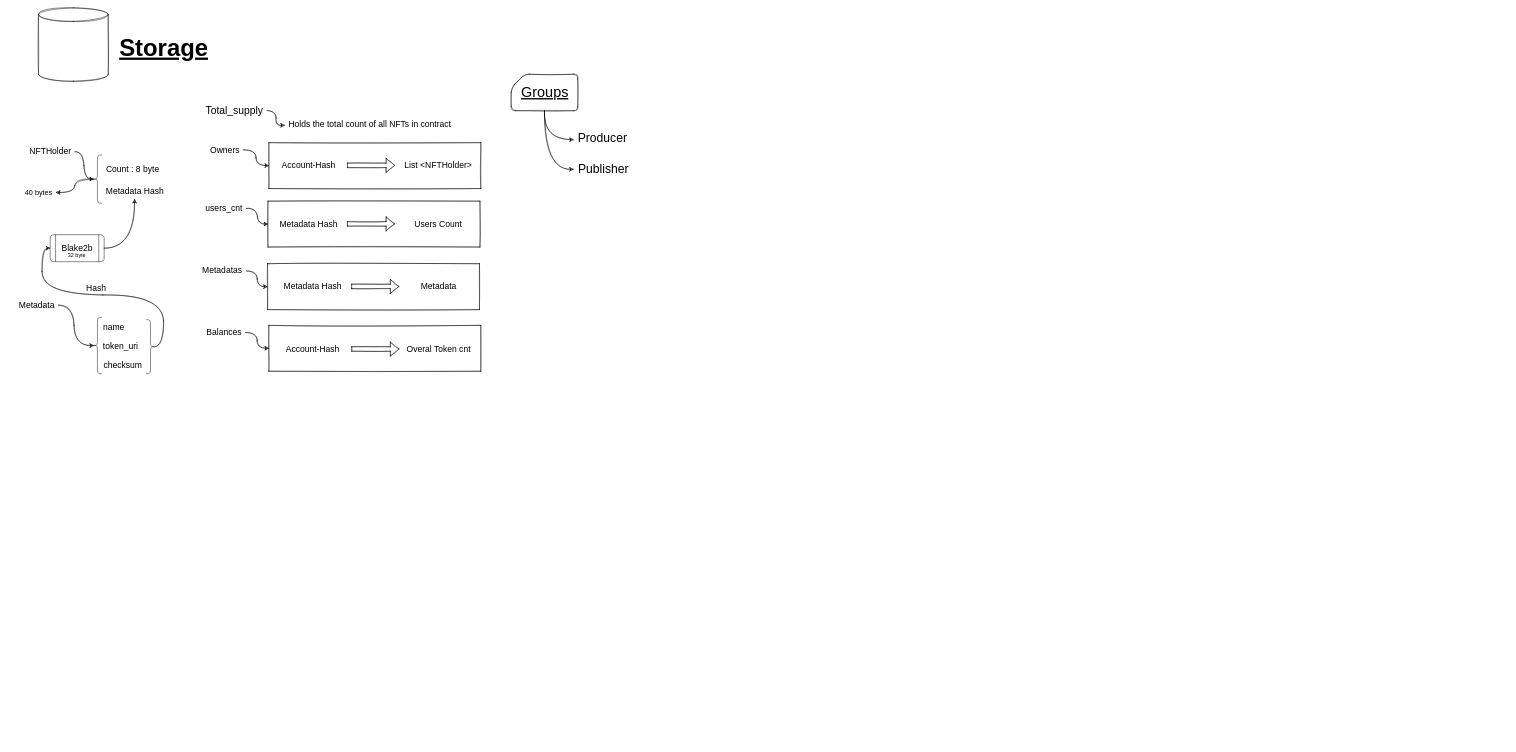
k3rn3lpanicc/NDPC-SmartContract keeps this draw.io diagram as LOL.drawio. Above is the earlier version. Source tidied: cells renumbered, new cells numbered last; positions are measured from the earlier drawing's top-left corner, leaving out a move shared by most shapes. Both pictures are drawn from the tidied source at 45%, with x=0, y=0 at pixel (14, 8).
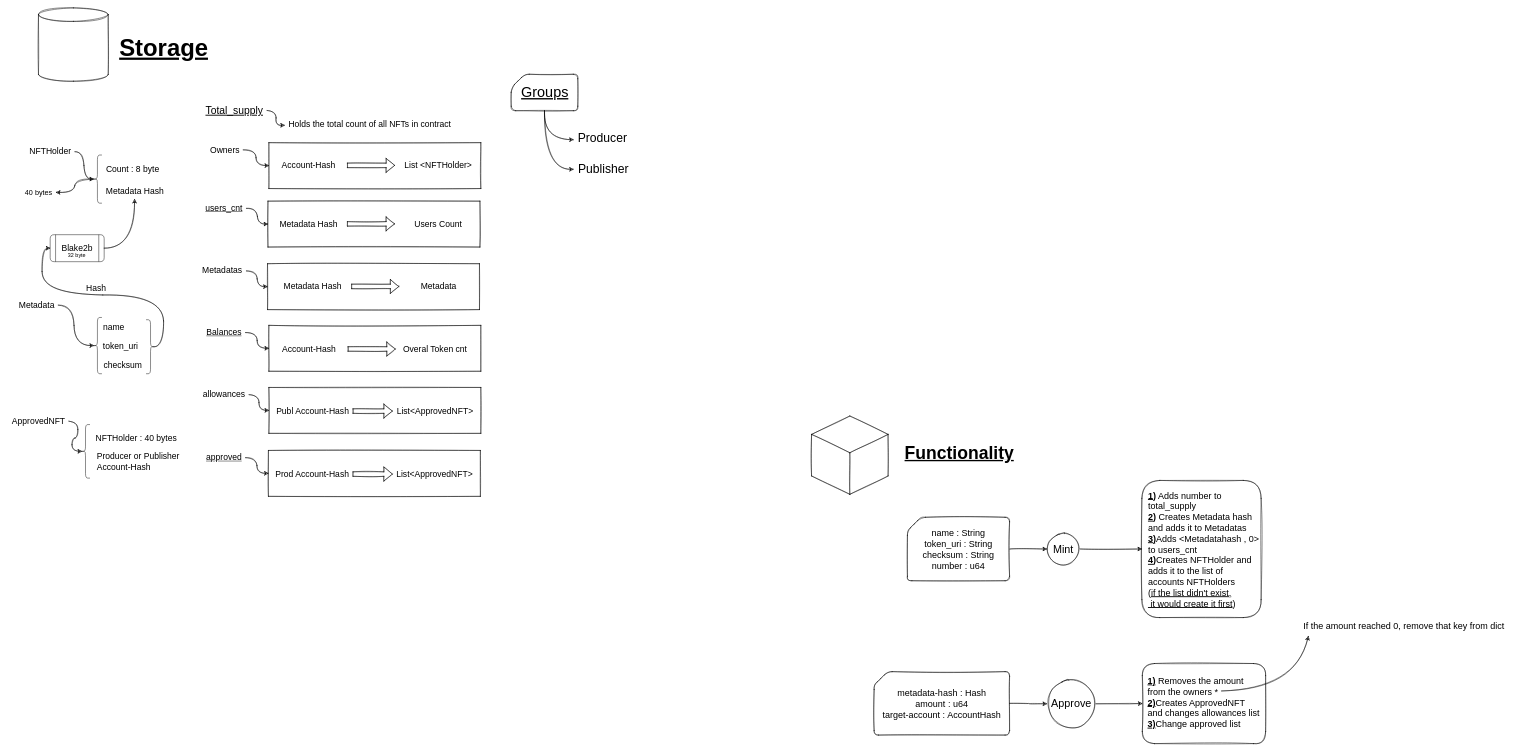
After the change.

Diff of the diagram source:
```diff
@@
-    <mxCell id="16" value="users_cnt" style="text;html=1;align=center;verticalAlign=middle;strokeColor=none;fillColor=none;fontSize=19;strokeWidth=1;rounded=1;" parent="1" vertex="1">
+    <mxCell id="16" value="users_cnt" style="text;html=1;align=center;verticalAlign=middle;strokeColor=none;fillColor=none;fontSize=19;strokeWidth=1;rounded=1;fontStyle=4;" parent="1" vertex="1">
       <mxGeometry x="415" y="427" width="100" height="35" as="geometry" />
     </mxCell>
@@
-    <mxCell id="18" value="Total_supply" style="text;html=1;align=center;verticalAlign=middle;points=[];strokeColor=none;fillColor=none;fontSize=23;" parent="1" vertex="1">
+    <mxCell id="18" value="Total_supply" style="text;html=1;align=center;verticalAlign=middle;points=[];strokeColor=none;fillColor=none;fontSize=23;fontStyle=4;" parent="1" vertex="1">
       <mxGeometry x="415" y="208" width="146" height="40" as="geometry" />
     </mxCell>
@@
-    <mxCell id="47" value="Balances" style="text;html=1;align=center;verticalAlign=middle;points=[];strokeColor=none;fillColor=none;fontSize=19;strokeWidth=1;rounded=1;" parent="1" vertex="1">
+    <mxCell id="47" value="Balances" style="text;html=1;align=center;verticalAlign=middle;points=[];strokeColor=none;fillColor=none;fontSize=19;strokeWidth=1;rounded=1;fontStyle=4;" parent="1" vertex="1">
       <mxGeometry x="417" y="704" width="96" height="35" as="geometry" />
     </mxCell>
     <mxCell id="48" value="Account-Hash" style="text;html=1;align=center;verticalAlign=middle;strokeColor=none;fillColor=none;fontSize=19;strokeWidth=1;rounded=1;" parent="1" vertex="1">
-      <mxGeometry x="593.5" y="741" width="137" height="35" as="geometry" />
+      <mxGeometry x="585.5" y="741" width="137" height="35" as="geometry" />
     </mxCell>
     <mxCell id="49" style="shape=flexArrow;endArrow=classic;html=1;rounded=1;curved=1;sketch=1;" parent="1" edge="1">
       <mxGeometry relative="1" as="geometry">
-        <mxPoint x="748.5" y="758" as="sourcePoint" />
-        <mxPoint x="854.5" y="758" as="targetPoint" />
+        <mxPoint x="740.5" y="758" as="sourcePoint" />
+        <mxPoint x="846.5" y="758" as="targetPoint" />
       </mxGeometry>
     </mxCell>
     <mxCell id="50" value="Overal Token cnt" style="text;html=1;align=center;verticalAlign=middle;strokeColor=none;fillColor=none;fontSize=19;strokeWidth=1;rounded=1;glass=0;shadow=0;sketch=0;" parent="1" vertex="1">
-      <mxGeometry x="862" y="741" width="160" height="35" as="geometry" />
+      <mxGeometry x="854" y="741" width="160" height="35" as="geometry" />
     </mxCell>
@@
+    <mxCell id="57" style="html=1;whiteSpace=wrap;shape=isoCube2;backgroundOutline=1;isoAngle=15;rounded=1;shadow=0;glass=0;sketch=1;strokeColor=default;fontSize=27;fillColor=none;gradientColor=default;" parent="1" vertex="1">
+      <mxGeometry x="1771" y="907" width="170" height="174" as="geometry" />
+    </mxCell>
+    <mxCell id="58" value="Functionality" style="text;html=1;align=center;verticalAlign=middle;strokeColor=none;fillColor=none;fontSize=39;fontStyle=5;" parent="1" vertex="1">
+      <mxGeometry x="1968" y="960" width="261" height="59" as="geometry" />
+    </mxCell>
+    <mxCell id="59" style="edgeStyle=orthogonalEdgeStyle;curved=1;rounded=1;sketch=1;jettySize=auto;html=1;entryX=0;entryY=0.5;entryDx=0;entryDy=0;fontSize=20;" parent="1" edge="1" source="60" target="63">
+      <mxGeometry relative="1" as="geometry" />
+    </mxCell>
+    <mxCell id="60" value="Mint" style="ellipse;whiteSpace=wrap;html=1;rounded=1;shadow=0;glass=0;sketch=1;strokeColor=default;fontSize=24;fillColor=none;gradientColor=default;" parent="1" vertex="1">
+      <mxGeometry x="2294" y="1166" width="73" height="73" as="geometry" />
+    </mxCell>
+    <mxCell id="61" style="edgeStyle=orthogonalEdgeStyle;curved=1;rounded=1;sketch=1;jettySize=auto;html=1;entryX=0;entryY=0.5;entryDx=0;entryDy=0;fontSize=20;" parent="1" edge="1" source="62" target="60">
+      <mxGeometry relative="1" as="geometry" />
+    </mxCell>
+    <mxCell id="62" value="name : String&lt;br style=&quot;font-size: 20px;&quot;&gt;token_uri : String&lt;br style=&quot;font-size: 20px;&quot;&gt;checksum : String&lt;br style=&quot;font-size: 20px;&quot;&gt;number : u64" style="shape=card;whiteSpace=wrap;html=1;rounded=1;shadow=0;glass=0;sketch=1;strokeColor=default;fontSize=20;fillColor=none;gradientColor=default;" parent="1" vertex="1">
+      <mxGeometry x="1984" y="1132" width="227" height="141" as="geometry" />
+    </mxCell>
+    <mxCell id="63" value="&lt;div style=&quot;text-align: center;&quot;&gt;&lt;br&gt;&lt;/div&gt;" style="rounded=1;whiteSpace=wrap;html=1;shadow=0;glass=0;sketch=1;strokeColor=default;fontSize=20;fillColor=none;gradientColor=default;align=left;" parent="1" vertex="1">
+      <mxGeometry x="2505" y="1050.1" width="265" height="304.8" as="geometry" />
+    </mxCell>
+    <mxCell id="64" value="&lt;b&gt;&lt;u&gt;1)&lt;/u&gt;&lt;/b&gt; Adds number to &lt;br&gt;total_supply&lt;br&gt;&lt;b&gt;&lt;u&gt;2)&lt;/u&gt;&lt;/b&gt; Creates Metadata hash &lt;br&gt;and adds it to Metadatas&lt;br&gt;&lt;b&gt;&lt;u&gt;3)&lt;/u&gt;&lt;/b&gt;Adds &amp;lt;Metadatahash , 0&amp;gt;&lt;br&gt;to users_cnt&lt;br&gt;&lt;b&gt;&lt;u&gt;4)&lt;/u&gt;&lt;/b&gt;Creates NFTHolder and &lt;br&gt;adds it to the list of &lt;br&gt;accounts NFTHolders&lt;br&gt;(&lt;u&gt;if the list didn't exist,&lt;br&gt;&amp;nbsp;it would create it first&lt;/u&gt;)" style="text;align=left;verticalAlign=middle;strokeColor=none;fillColor=none;fontSize=20;labelPosition=center;verticalLabelPosition=middle;html=1;" parent="1" vertex="1">
+      <mxGeometry x="2517" y="1064.5" width="265" height="276" as="geometry" />
+    </mxCell>
+    <mxCell id="65" style="rounded=0;whiteSpace=wrap;html=1;sketch=1;" parent="1" vertex="1">
+      <mxGeometry x="565" y="843.5" width="471" height="102" as="geometry" />
+    </mxCell>
+    <mxCell id="66" style="edgeStyle=orthogonalEdgeStyle;curved=1;rounded=1;sketch=1;jettySize=auto;html=1;entryX=0;entryY=0.5;entryDx=0;entryDy=0;fontSize=46;" parent="1" edge="1" source="67" target="65">
+      <mxGeometry relative="1" as="geometry" />
+    </mxCell>
+    <mxCell id="67" value="allowances" style="text;html=1;align=center;verticalAlign=middle;points=[];strokeColor=none;fillColor=none;fontSize=19;strokeWidth=1;rounded=1;" parent="1" vertex="1">
+      <mxGeometry x="409" y="842" width="112" height="35" as="geometry" />
+    </mxCell>
+    <mxCell id="68" value="Publ Account-Hash" style="text;html=1;align=center;verticalAlign=middle;strokeColor=none;fillColor=none;fontSize=19;strokeWidth=1;rounded=1;" parent="1" vertex="1">
+      <mxGeometry x="571.5" y="879" width="180" height="35" as="geometry" />
+    </mxCell>
+    <mxCell id="69" style="shape=flexArrow;endArrow=classic;html=1;rounded=1;curved=1;sketch=1;" parent="1" edge="1">
+      <mxGeometry relative="1" as="geometry">
+        <mxPoint x="751.5" y="896" as="sourcePoint" />
+        <mxPoint x="840" y="896" as="targetPoint" />
+      </mxGeometry>
+    </mxCell>
+    <mxCell id="70" value="List&amp;lt;ApprovedNFT&amp;gt;" style="text;html=1;align=center;verticalAlign=middle;strokeColor=none;fillColor=none;fontSize=19;strokeWidth=1;rounded=1;glass=0;shadow=0;sketch=0;" parent="1" vertex="1">
+      <mxGeometry x="840" y="879" width="188" height="35" as="geometry" />
+    </mxCell>
+    <mxCell id="71" style="shape=curlyBracket;whiteSpace=wrap;html=1;rounded=1;labelPosition=left;verticalLabelPosition=middle;align=right;verticalAlign=middle;fontSize=38;" parent="1" vertex="1">
+      <mxGeometry x="147.5" y="926" width="20" height="119" as="geometry" />
+    </mxCell>
+    <mxCell id="72" style="edgeStyle=orthogonalEdgeStyle;curved=1;rounded=1;sketch=1;jettySize=auto;html=1;entryX=0.1;entryY=0.5;entryDx=0;entryDy=0;entryPerimeter=0;fontSize=46;" parent="1" edge="1" source="73" target="71">
+      <mxGeometry relative="1" as="geometry" />
+    </mxCell>
+    <mxCell id="73" value="ApprovedNFT" style="text;html=1;align=center;verticalAlign=middle;points=[];strokeColor=none;fillColor=none;fontSize=19;strokeWidth=1;rounded=1;" parent="1" vertex="1">
+      <mxGeometry x="-15.5" y="901" width="136" height="35" as="geometry" />
+    </mxCell>
+    <mxCell id="74" value="NFTHolder : 40 bytes" style="text;html=1;align=center;verticalAlign=middle;strokeColor=none;fillColor=none;fontSize=19;strokeWidth=1;rounded=1;" parent="1" vertex="1">
+      <mxGeometry x="170" y="940" width="199" height="35" as="geometry" />
+    </mxCell>
+    <mxCell id="75" value="Producer or Publisher&lt;br&gt;Account-Hash" style="text;html=1;align=left;verticalAlign=middle;strokeColor=none;fillColor=none;fontSize=19;strokeWidth=1;rounded=1;" parent="1" vertex="1">
+      <mxGeometry x="181" y="980" width="202" height="58" as="geometry" />
+    </mxCell>
+    <mxCell id="76" style="edgeStyle=orthogonalEdgeStyle;curved=1;rounded=1;sketch=1;jettySize=auto;html=1;entryX=0;entryY=0.5;entryDx=0;entryDy=0;fontSize=20;" parent="1" edge="1" source="77" target="80">
+      <mxGeometry relative="1" as="geometry" />
+    </mxCell>
+    <mxCell id="77" value="Approve" style="ellipse;whiteSpace=wrap;html=1;rounded=1;shadow=0;glass=0;sketch=1;strokeColor=default;fontSize=24;fillColor=none;gradientColor=default;" parent="1" vertex="1">
+      <mxGeometry x="2294" y="1492" width="109" height="109" as="geometry" />
+    </mxCell>
+    <mxCell id="78" style="edgeStyle=orthogonalEdgeStyle;curved=1;rounded=1;sketch=1;jettySize=auto;html=1;entryX=0;entryY=0.5;entryDx=0;entryDy=0;fontSize=20;" parent="1" edge="1" source="79" target="77">
+      <mxGeometry relative="1" as="geometry" />
+    </mxCell>
+    <mxCell id="79" value="metadata-hash : Hash&lt;br&gt;amount : u64&lt;br&gt;target-account : AccountHash" style="shape=card;whiteSpace=wrap;html=1;rounded=1;shadow=0;glass=0;sketch=1;strokeColor=default;fontSize=20;fillColor=none;gradientColor=default;" parent="1" vertex="1">
+      <mxGeometry x="1910" y="1475" width="301" height="141" as="geometry" />
+    </mxCell>
+    <mxCell id="80" value="&lt;div style=&quot;text-align: center;&quot;&gt;&lt;br&gt;&lt;/div&gt;" style="rounded=1;whiteSpace=wrap;html=1;shadow=0;glass=0;sketch=1;strokeColor=default;fontSize=20;fillColor=none;gradientColor=default;align=left;" parent="1" vertex="1">
+      <mxGeometry x="2506" y="1457" width="274" height="178" as="geometry" />
+    </mxCell>
+    <mxCell id="81" value="&lt;b&gt;&lt;u&gt;1)&lt;/u&gt;&lt;/b&gt; Removes the amount&amp;nbsp;&lt;br&gt;from the owners *&lt;br&gt;&lt;b&gt;&lt;u&gt;2)&lt;/u&gt;&lt;/b&gt;Creates ApprovedNFT&amp;nbsp;&lt;br&gt;and changes allowances list&lt;br&gt;&lt;b&gt;&lt;u&gt;3)&lt;/u&gt;&lt;/b&gt;Change approved list" style="text;align=left;verticalAlign=middle;strokeColor=none;fillColor=none;fontSize=20;labelPosition=center;verticalLabelPosition=middle;html=1;" parent="1" vertex="1">
+      <mxGeometry x="2516" y="1477" width="267" height="132" as="geometry" />
+    </mxCell>
+    <mxCell id="82" style="rounded=0;whiteSpace=wrap;html=1;sketch=1;" parent="1" vertex="1">
+      <mxGeometry x="564" y="983.5" width="471" height="102" as="geometry" />
+    </mxCell>
+    <mxCell id="83" style="edgeStyle=orthogonalEdgeStyle;curved=1;rounded=1;sketch=1;jettySize=auto;html=1;entryX=0;entryY=0.5;entryDx=0;entryDy=0;fontSize=46;" parent="1" edge="1" source="84" target="82">
+      <mxGeometry relative="1" as="geometry" />
+    </mxCell>
+    <mxCell id="84" value="approved" style="text;html=1;align=center;verticalAlign=middle;points=[];strokeColor=none;fillColor=none;fontSize=19;strokeWidth=1;rounded=1;fontStyle=4;" parent="1" vertex="1">
+      <mxGeometry x="416" y="982" width="97" height="35" as="geometry" />
+    </mxCell>
+    <mxCell id="85" value="Prod Account-Hash" style="text;html=1;align=center;verticalAlign=middle;strokeColor=none;fillColor=none;fontSize=19;strokeWidth=1;rounded=1;" parent="1" vertex="1">
+      <mxGeometry x="569.5" y="1019" width="182" height="35" as="geometry" />
+    </mxCell>
+    <mxCell id="86" style="shape=flexArrow;endArrow=classic;html=1;rounded=1;curved=1;sketch=1;" parent="1" edge="1">
+      <mxGeometry relative="1" as="geometry">
+        <mxPoint x="751.5" y="1036" as="sourcePoint" />
+        <mxPoint x="840" y="1036" as="targetPoint" />
+      </mxGeometry>
+    </mxCell>
+    <mxCell id="87" value="List&amp;lt;ApprovedNFT&amp;gt;" style="text;html=1;align=center;verticalAlign=middle;strokeColor=none;fillColor=none;fontSize=19;strokeWidth=1;rounded=1;glass=0;shadow=0;sketch=0;" parent="1" vertex="1">
+      <mxGeometry x="839" y="1019" width="188" height="35" as="geometry" />
+    </mxCell>
+    <mxCell id="88" style="curved=1;endArrow=classic;html=1;rounded=1;sketch=1;fontSize=20;" parent="1" edge="1">
+      <mxGeometry relative="1" as="geometry">
+        <mxPoint x="2682" y="1518" as="sourcePoint" />
+        <mxPoint x="2875" y="1396" as="targetPoint" />
+        <Array as="points">
+          <mxPoint x="2847" y="1515" />
+        </Array>
+      </mxGeometry>
+    </mxCell>
+    <mxCell id="89" value="If the amount reached 0, remove that key from dict" style="text;html=1;align=center;verticalAlign=middle;strokeColor=none;fillColor=none;fontSize=20;" parent="1" vertex="1">
+      <mxGeometry x="2854" y="1354.9" width="465" height="36" as="geometry" />
+    </mxCell>
```
